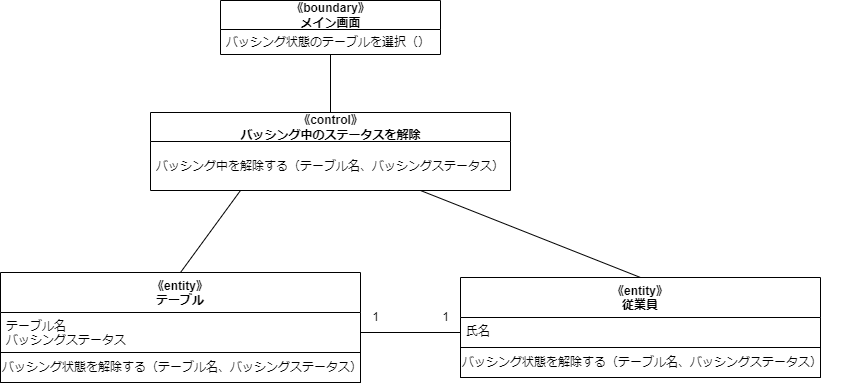
This is psp4/設計モデルのクラス/設計モデルクラス図_バッシング.drawio.png from MasakiHiguchi/---, a draw.io export, as it was before one commit. Source tidied: cells renumbered, new cells last; positions are measured from the earlier drawing's top-left corner, leaving out a move shared by most shapes.
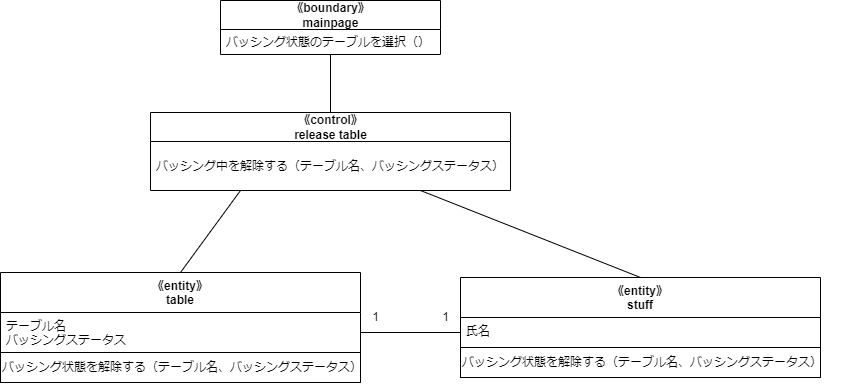
Later version of the same file.

Change to the diagram source:
```diff
@@ -2,7 +2,7 @@
   <root>
     <mxCell id="0" />
     <mxCell id="1" parent="0" />
-    <mxCell id="2" value="《boundary》&lt;br&gt;メイン画面" style="swimlane;fontStyle=1;align=center;verticalAlign=middle;horizontal=1;startSize=29;html=1;" parent="1" vertex="1">
+    <mxCell id="2" value="《boundary》&lt;br&gt;mainpage" style="swimlane;fontStyle=1;align=center;verticalAlign=middle;horizontal=1;startSize=29;html=1;" parent="1" vertex="1">
       <mxGeometry x="220" width="220" height="54" as="geometry" />
     </mxCell>
     <mxCell id="3" value="バッシング状態のテーブルを選択（）" style="text;html=1;strokeColor=none;fillColor=none;align=left;verticalAlign=middle;spacingLeft=4;spacingRight=4;overflow=hidden;" parent="2" vertex="1">
@@ -11,7 +11,7 @@
     <mxCell id="4" style="edgeStyle=none;html=1;exitX=0.5;exitY=0;exitDx=0;exitDy=0;entryX=0.5;entryY=1;entryDx=0;entryDy=0;endArrow=none;endFill=0;" parent="1" edge="1" source="5" target="2">
       <mxGeometry relative="1" as="geometry" />
     </mxCell>
-    <mxCell id="5" value="《control》&lt;br&gt;バッシング中のステータスを解除" style="swimlane;fontStyle=1;align=center;verticalAlign=middle;horizontal=1;startSize=29;html=1;" parent="1" vertex="1">
+    <mxCell id="5" value="《control》&lt;br&gt;release table" style="swimlane;fontStyle=1;align=center;verticalAlign=middle;horizontal=1;startSize=29;html=1;" parent="1" vertex="1">
       <mxGeometry x="150" y="112" width="360" height="78" as="geometry" />
     </mxCell>
     <mxCell id="6" value="バッシング中を解除する（テーブル名、バッシングステータス）" style="text;html=1;strokeColor=none;fillColor=none;align=left;verticalAlign=middle;spacingLeft=4;spacingRight=4;overflow=hidden;" parent="5" vertex="1">
@@ -20,7 +20,7 @@
     <mxCell id="7" style="edgeStyle=none;html=1;exitX=0.5;exitY=0;exitDx=0;exitDy=0;entryX=0.25;entryY=1;entryDx=0;entryDy=0;endArrow=none;endFill=0;" parent="1" edge="1" source="8" target="5">
       <mxGeometry relative="1" as="geometry" />
     </mxCell>
-    <mxCell id="8" value="《entity》&#10;テーブル" style="swimlane;fontStyle=1;align=center;verticalAlign=top;horizontal=1;startSize=40;" parent="1" vertex="1">
+    <mxCell id="8" value="《entity》&#10;table" style="swimlane;fontStyle=1;align=center;verticalAlign=top;horizontal=1;startSize=40;" parent="1" vertex="1">
       <mxGeometry y="272" width="360" height="110" as="geometry" />
     </mxCell>
     <mxCell id="9" value="テーブル名&#10;バッシングステータス" style="text;strokeColor=none;fillColor=none;align=left;verticalAlign=top;spacingLeft=4;spacingRight=4;overflow=hidden;points=[[0,0.5],[1,0.5]];portConstraint=eastwest;" parent="8" vertex="1">
@@ -35,7 +35,7 @@
     <mxCell id="12" style="edgeStyle=none;html=1;exitX=0.5;exitY=0;exitDx=0;exitDy=0;entryX=0.75;entryY=1;entryDx=0;entryDy=0;endArrow=none;endFill=0;" parent="1" edge="1" source="13" target="5">
       <mxGeometry relative="1" as="geometry" />
     </mxCell>
-    <mxCell id="13" value="《entity》&#10;従業員" style="swimlane;fontStyle=1;align=center;verticalAlign=top;horizontal=1;startSize=40;" parent="1" vertex="1">
+    <mxCell id="13" value="《entity》&#10;stuff" style="swimlane;fontStyle=1;align=center;verticalAlign=top;horizontal=1;startSize=40;" parent="1" vertex="1">
       <mxGeometry x="460" y="277" width="360" height="100" as="geometry" />
     </mxCell>
     <mxCell id="14" value="氏名" style="text;strokeColor=none;fillColor=none;align=left;verticalAlign=top;spacingLeft=4;spacingRight=4;overflow=hidden;points=[[0,0.5],[1,0.5]];portConstraint=eastwest;" parent="13" vertex="1">
```
